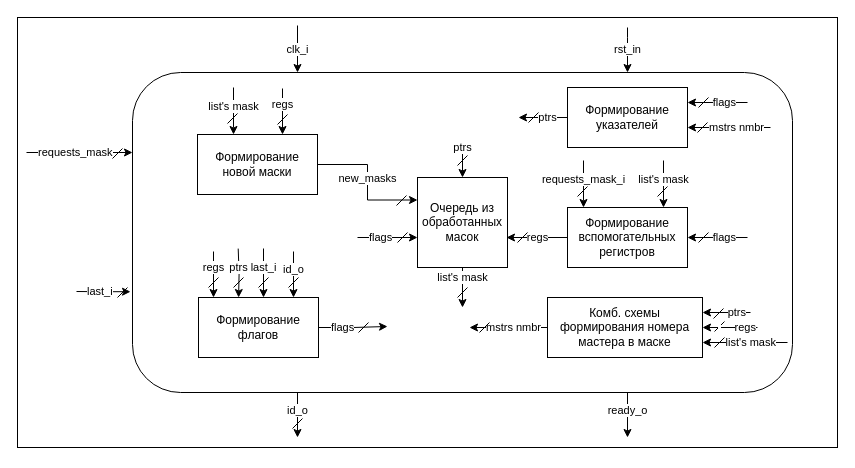
Before: docs/source/rr_arb.drawio in sorukohi/stream-crossbar, a draw.io diagram. Source tidied: cells renumbered, new cells numbered last; positions are measured from the earlier drawing's top-left corner, leaving out a move shared by most shapes. Both pictures are drawn from the tidied source at 100%, with x=0, y=0 at pixel (17, 17).
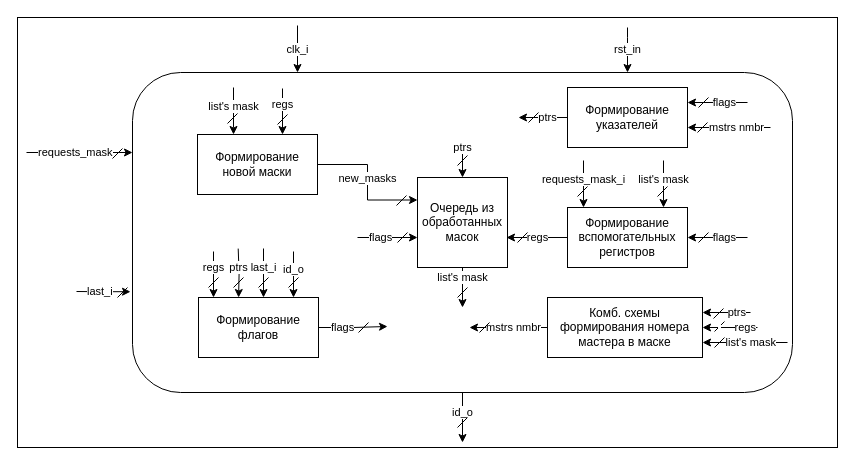
The same diagram, later.

Unchanged cells that the change refers to:
```xml
<mxCell id="9" value="&amp;nbsp;" style="rounded=1;whiteSpace=wrap;html=1;fillColor=none;glass=0;" parent="1" vertex="1">
  <mxGeometry x="115" y="55" width="660" height="320" as="geometry" />
</mxCell>
```

Diff of the diagram source:
```diff
@@
-    <mxCell id="6" value="ready_o" style="edgeStyle=orthogonalEdgeStyle;rounded=0;jettySize=auto;html=1;exitX=0.75;exitY=1;exitDx=0;exitDy=0;" parent="1" edge="1" source="9">
-      <mxGeometry x="-0.21" relative="1" as="geometry">
-        <mxPoint x="610" y="420" as="targetPoint" />
-      </mxGeometry>
-    </mxCell>
-    <mxCell id="7" value="id_o" style="edgeStyle=orthogonalEdgeStyle;rounded=0;jettySize=auto;html=1;exitX=0.25;exitY=1;exitDx=0;exitDy=0;" parent="1" edge="1" source="9">
+    <mxCell id="7" value="id_o" style="edgeStyle=orthogonalEdgeStyle;rounded=0;jettySize=auto;html=1;exitX=0.5;exitY=1;exitDx=0;exitDy=0;" parent="1" edge="1" source="9">
       <mxGeometry x="-0.21" relative="1" as="geometry">
-        <mxPoint x="280" y="420" as="targetPoint" />
+        <mxPoint x="445" y="425" as="targetPoint" />
       </mxGeometry>
     </mxCell>
@@
     <mxCell id="10" style="endArrow=none;html=1;rounded=0;" parent="1" edge="1">
       <mxGeometry relative="1" as="geometry">
-        <mxPoint x="275" y="411" as="sourcePoint" />
-        <mxPoint x="285" y="401" as="targetPoint" />
+        <mxPoint x="440" y="410" as="sourcePoint" />
+        <mxPoint x="450" y="400" as="targetPoint" />
       </mxGeometry>
     </mxCell>
```
